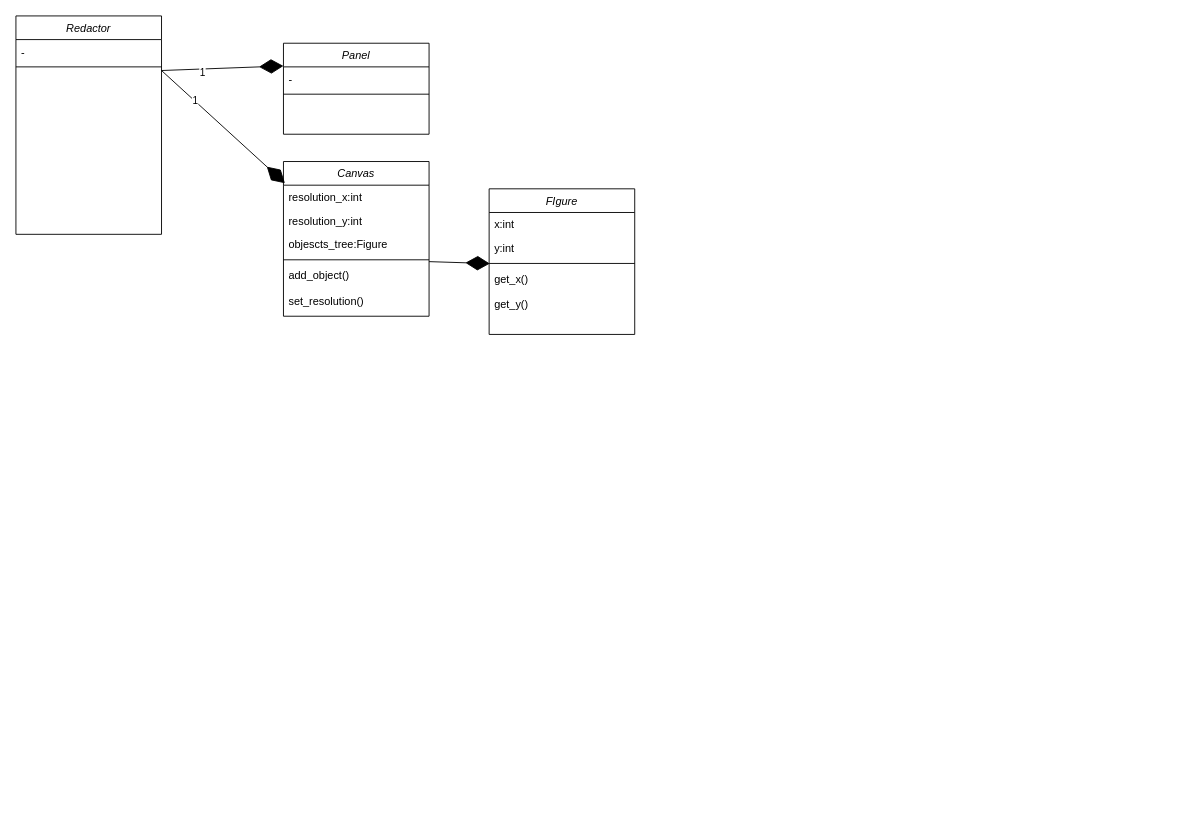
MstislavRomanovski/ProgramIngeneering keeps this draw.io diagram as Диаграмма классов.drawio. Above is the earlier version. Source tidied: cells renumbered, new cells numbered last; positions are measured from the earlier drawing's top-left corner, leaving out a move shared by most shapes. Both pictures are drawn from the tidied source at 91%, with x=0, y=0 at pixel (15, 15).
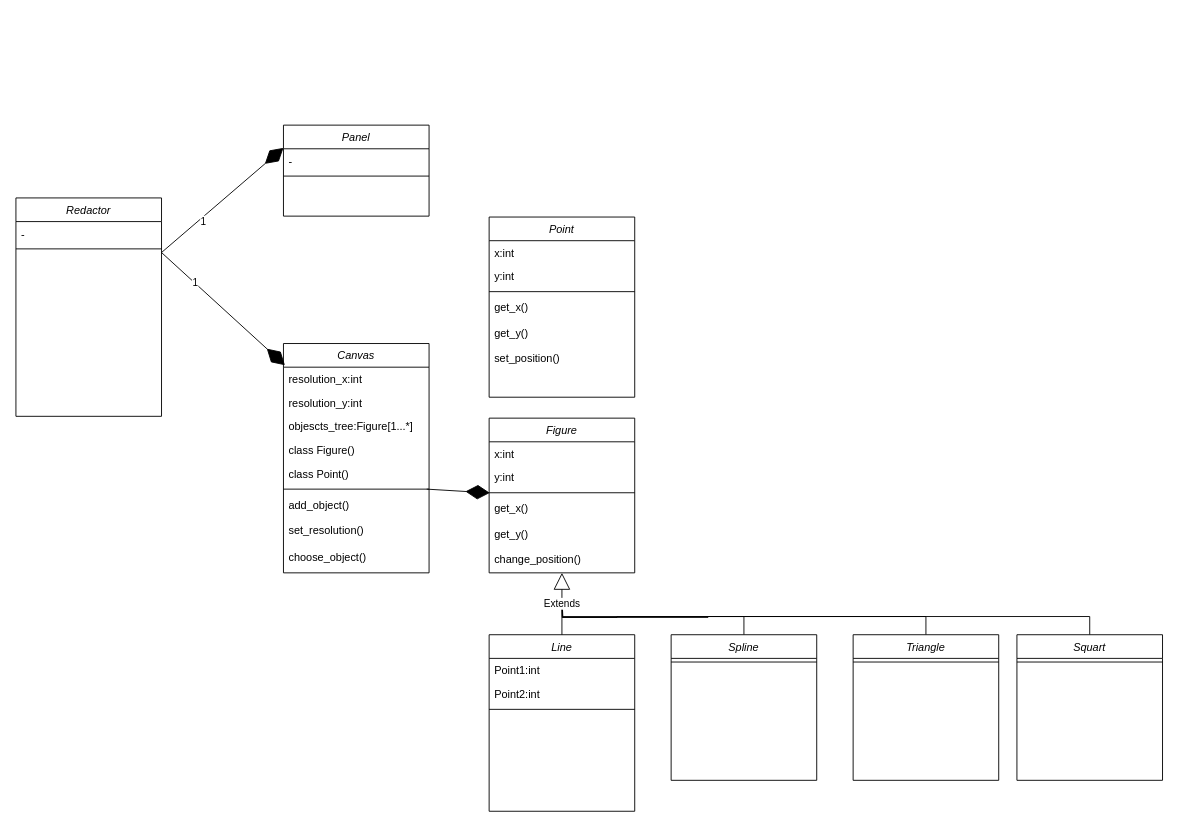
Above is the later version.

Unchanged cells that the change refers to:
```xml
<mxCell id="13" value="get_x()&#10;" style="text;align=left;verticalAlign=top;spacingLeft=4;spacingRight=4;overflow=hidden;points=[[0,0.5],[1,0.5]];portConstraint=eastwest;" parent="9" vertex="1">
  <mxGeometry y="86" width="160" height="28" as="geometry" />
</mxCell>
```

Diff of the diagram source:
```diff
@@
     <mxCell id="2" value="Canvas" style="swimlane;fontStyle=2;align=center;verticalAlign=top;horizontal=1;startSize=26;rounded=0;shadow=0;strokeWidth=1;" parent="1" vertex="1">
-      <mxGeometry x="294" y="160" width="160" height="170" as="geometry" />
+      <mxGeometry x="294" y="360" width="160" height="252" as="geometry" />
     </mxCell>
@@
-    <mxCell id="5" value="objescts_tree:Figure" style="text;align=left;verticalAlign=top;spacingLeft=4;spacingRight=4;overflow=hidden;rounded=0;shadow=0;html=0;" parent="2" vertex="1">
+    <mxCell id="5" value="objescts_tree:Figure[1...*]" style="text;align=left;verticalAlign=top;spacingLeft=4;spacingRight=4;overflow=hidden;rounded=0;shadow=0;html=0;" parent="2" vertex="1">
       <mxGeometry y="78" width="160" height="26" as="geometry" />
     </mxCell>
+    <mxCell id="26" value="class Figure()" style="text;align=left;verticalAlign=top;spacingLeft=4;spacingRight=4;overflow=hidden;rounded=0;shadow=0;html=0;" parent="2" vertex="1">
+      <mxGeometry y="104" width="160" height="26" as="geometry" />
+    </mxCell>
+    <mxCell id="27" value="class Point()" style="text;align=left;verticalAlign=top;spacingLeft=4;spacingRight=4;overflow=hidden;rounded=0;shadow=0;html=0;" parent="2" vertex="1">
+      <mxGeometry y="130" width="160" height="26" as="geometry" />
+    </mxCell>
     <mxCell id="6" style="line;html=1;strokeWidth=1;align=left;verticalAlign=middle;spacingTop=-1;spacingLeft=3;spacingRight=3;labelPosition=right;points=[];portConstraint=eastwest;" parent="2" vertex="1">
-      <mxGeometry y="104" width="160" height="8" as="geometry" />
+      <mxGeometry y="156" width="160" height="8" as="geometry" />
     </mxCell>
     <mxCell id="7" value="add_object()" style="text;align=left;verticalAlign=top;spacingLeft=4;spacingRight=4;overflow=hidden;" parent="2" vertex="1">
-      <mxGeometry y="112" width="160" height="28" as="geometry" />
+      <mxGeometry y="164" width="160" height="28" as="geometry" />
     </mxCell>
     <mxCell id="8" value="set_resolution()&#10;" style="text;align=left;verticalAlign=top;spacingLeft=4;spacingRight=4;overflow=hidden;" parent="2" vertex="1">
-      <mxGeometry y="140" width="160" height="28" as="geometry" />
+      <mxGeometry y="192" width="160" height="30" as="geometry" />
     </mxCell>
+    <mxCell id="28" value="choose_object()&#10;" style="text;align=left;verticalAlign=top;spacingLeft=4;spacingRight=4;overflow=hidden;" parent="2" vertex="1">
+      <mxGeometry y="222" width="160" height="30" as="geometry" />
+    </mxCell>
-    <mxCell id="9" value="FIgure" style="swimlane;fontStyle=2;align=center;verticalAlign=top;horizontal=1;startSize=26;rounded=0;shadow=0;strokeWidth=1;" parent="1" vertex="1">
-      <mxGeometry x="520" y="190" width="160" height="160" as="geometry" />
+    <mxCell id="9" value="Figure" style="swimlane;fontStyle=2;align=center;verticalAlign=top;horizontal=1;startSize=26;rounded=0;shadow=0;strokeWidth=1;" parent="1" vertex="1">
+      <mxGeometry x="520" y="442" width="160" height="170" as="geometry" />
     </mxCell>
@@
+    <mxCell id="29" value="change_position()&#10;" style="text;align=left;verticalAlign=top;spacingLeft=4;spacingRight=4;overflow=hidden;" parent="9" vertex="1">
+      <mxGeometry y="142" width="160" height="28" as="geometry" />
+    </mxCell>
     <mxCell id="15" value="Panel" style="swimlane;fontStyle=2;align=center;verticalAlign=top;horizontal=1;startSize=26;rounded=0;shadow=0;strokeWidth=1;" parent="1" vertex="1">
-      <mxGeometry x="294" y="30" width="160" height="100" as="geometry" />
+      <mxGeometry x="294" y="120" width="160" height="100" as="geometry" />
     </mxCell>
@@
     <mxCell id="18" value="Redactor" style="swimlane;fontStyle=2;align=center;verticalAlign=top;horizontal=1;startSize=26;rounded=0;shadow=0;strokeWidth=1;" parent="1" vertex="1">
-      <mxGeometry width="160" height="240" as="geometry" />
+      <mxGeometry y="200" width="160" height="240" as="geometry" />
     </mxCell>
@@
-    <mxCell id="25" style="endArrow=diamondThin;endFill=1;endSize=24;html=1;rounded=0;exitX=1;exitY=0.75;exitDx=0;exitDy=0;entryX=0.005;entryY=-0.137;entryDx=0;entryDy=0;entryPerimeter=0;exitPerimeter=0;" parent="1" edge="1" source="6" target="13">
+    <mxCell id="25" style="endArrow=diamondThin;endFill=1;endSize=24;html=1;rounded=0;exitX=0.984;exitY=0.5;exitDx=0;exitDy=0;entryX=0.005;entryY=-0.137;entryDx=0;entryDy=0;entryPerimeter=0;exitPerimeter=0;" parent="1" edge="1" source="6" target="13">
       <mxGeometry relative="1" as="geometry" />
     </mxCell>
+    <mxCell id="30" value="Point" style="swimlane;fontStyle=2;align=center;verticalAlign=top;horizontal=1;startSize=26;rounded=0;shadow=0;strokeWidth=1;" parent="1" vertex="1">
+      <mxGeometry x="520" y="221" width="160" height="198" as="geometry" />
+    </mxCell>
+    <mxCell id="31" value="x:int" style="text;align=left;verticalAlign=top;spacingLeft=4;spacingRight=4;overflow=hidden;" parent="30" vertex="1">
+      <mxGeometry y="26" width="160" height="26" as="geometry" />
+    </mxCell>
+    <mxCell id="32" value="y:int" style="text;align=left;verticalAlign=top;spacingLeft=4;spacingRight=4;overflow=hidden;rounded=0;shadow=0;html=0;" parent="30" vertex="1">
+      <mxGeometry y="52" width="160" height="26" as="geometry" />
+    </mxCell>
+    <mxCell id="33" style="line;html=1;strokeWidth=1;align=left;verticalAlign=middle;spacingTop=-1;spacingLeft=3;spacingRight=3;labelPosition=right;" parent="30" vertex="1">
+      <mxGeometry y="78" width="160" height="8" as="geometry" />
+    </mxCell>
+    <mxCell id="34" value="get_x()&#10;" style="text;align=left;verticalAlign=top;spacingLeft=4;spacingRight=4;overflow=hidden;" parent="30" vertex="1">
+      <mxGeometry y="86" width="160" height="28" as="geometry" />
+    </mxCell>
+    <mxCell id="35" value="get_y()&#10;" style="text;align=left;verticalAlign=top;spacingLeft=4;spacingRight=4;overflow=hidden;" parent="30" vertex="1">
+      <mxGeometry y="114" width="160" height="28" as="geometry" />
+    </mxCell>
+    <mxCell id="36" value="set_position()&#10;" style="text;align=left;verticalAlign=top;spacingLeft=4;spacingRight=4;overflow=hidden;" parent="30" vertex="1">
+      <mxGeometry y="142" width="160" height="28" as="geometry" />
+    </mxCell>
+    <mxCell id="37" value="Line" style="swimlane;fontStyle=2;align=center;verticalAlign=top;horizontal=1;startSize=26;rounded=0;shadow=0;strokeWidth=1;" parent="1" vertex="1">
+      <mxGeometry x="520" y="680" width="160" height="194" as="geometry" />
+    </mxCell>
+    <mxCell id="38" value="Point1:int&#10;" style="text;align=left;verticalAlign=top;spacingLeft=4;spacingRight=4;overflow=hidden;rounded=0;shadow=0;html=0;" parent="37" vertex="1">
+      <mxGeometry y="26" width="160" height="26" as="geometry" />
+    </mxCell>
+    <mxCell id="39" value="Point2:int&#10;" style="text;align=left;verticalAlign=top;spacingLeft=4;spacingRight=4;overflow=hidden;rounded=0;shadow=0;html=0;" parent="37" vertex="1">
+      <mxGeometry y="52" width="160" height="26" as="geometry" />
+    </mxCell>
+    <mxCell id="40" style="line;html=1;strokeWidth=1;align=left;verticalAlign=middle;spacingTop=-1;spacingLeft=3;spacingRight=3;labelPosition=right;" parent="37" vertex="1">
+      <mxGeometry y="78" width="160" height="8" as="geometry" />
+    </mxCell>
+    <mxCell id="41" style="edgeStyle=orthogonalEdgeStyle;rounded=0;jettySize=auto;html=1;exitX=0.5;exitY=0;exitDx=0;exitDy=0;endArrow=none;endFill=0;" parent="1" edge="1" source="42">
+      <mxGeometry relative="1" as="geometry">
+        <mxPoint x="600" y="640" as="targetPoint" />
+      </mxGeometry>
+    </mxCell>
+    <mxCell id="42" value="Spline" style="swimlane;fontStyle=2;align=center;verticalAlign=top;horizontal=1;startSize=26;rounded=0;shadow=0;strokeWidth=1;" parent="1" vertex="1">
+      <mxGeometry x="720" y="680" width="160" height="160" as="geometry" />
+    </mxCell>
+    <mxCell id="43" style="line;html=1;strokeWidth=1;align=left;verticalAlign=middle;spacingTop=-1;spacingLeft=3;spacingRight=3;labelPosition=right;" parent="42" vertex="1">
+      <mxGeometry y="26" width="160" height="8" as="geometry" />
+    </mxCell>
+    <mxCell id="44" style="edgeStyle=orthogonalEdgeStyle;rounded=0;jettySize=auto;html=1;exitX=0.5;exitY=0;exitDx=0;exitDy=0;startArrow=none;startFill=0;" parent="1" edge="1" source="45">
+      <mxGeometry relative="1" as="geometry">
+        <mxPoint x="600" y="640" as="targetPoint" />
+      </mxGeometry>
+    </mxCell>
+    <mxCell id="45" value="Triangle" style="swimlane;fontStyle=2;align=center;verticalAlign=top;horizontal=1;startSize=26;rounded=0;shadow=0;strokeWidth=1;" parent="1" vertex="1">
+      <mxGeometry x="920" y="680" width="160" height="160" as="geometry" />
+    </mxCell>
+    <mxCell id="46" style="line;html=1;strokeWidth=1;align=left;verticalAlign=middle;spacingTop=-1;spacingLeft=3;spacingRight=3;labelPosition=right;" parent="45" vertex="1">
+      <mxGeometry y="26" width="160" height="8" as="geometry" />
+    </mxCell>
+    <mxCell id="47" style="edgeStyle=orthogonalEdgeStyle;rounded=0;jettySize=auto;html=1;exitX=0.5;exitY=0;exitDx=0;exitDy=0;startArrow=none;startFill=0;" parent="1" edge="1" source="48">
+      <mxGeometry relative="1" as="geometry">
+        <mxPoint x="600" y="640" as="targetPoint" />
+        <Array as="points">
+          <mxPoint x="1180" y="660" />
+          <mxPoint x="601" y="660" />
+          <mxPoint x="601" y="640" />
+        </Array>
+      </mxGeometry>
+    </mxCell>
+    <mxCell id="48" value="Squart" style="swimlane;fontStyle=2;align=center;verticalAlign=top;horizontal=1;startSize=26;rounded=0;shadow=0;strokeWidth=1;" parent="1" vertex="1">
+      <mxGeometry x="1100" y="680" width="160" height="160" as="geometry" />
+    </mxCell>
+    <mxCell id="49" style="line;html=1;strokeWidth=1;align=left;verticalAlign=middle;spacingTop=-1;spacingLeft=3;spacingRight=3;labelPosition=right;" parent="48" vertex="1">
+      <mxGeometry y="26" width="160" height="8" as="geometry" />
+    </mxCell>
+    <mxCell id="50" value="Extends" style="endArrow=block;endSize=16;endFill=0;html=1;rounded=0;exitX=0.5;exitY=0;exitDx=0;exitDy=0;entryX=0.5;entryY=1;entryDx=0;entryDy=0;" parent="1" edge="1" source="37" target="9">
+      <mxGeometry relative="1" as="geometry" />
+    </mxCell>
```
